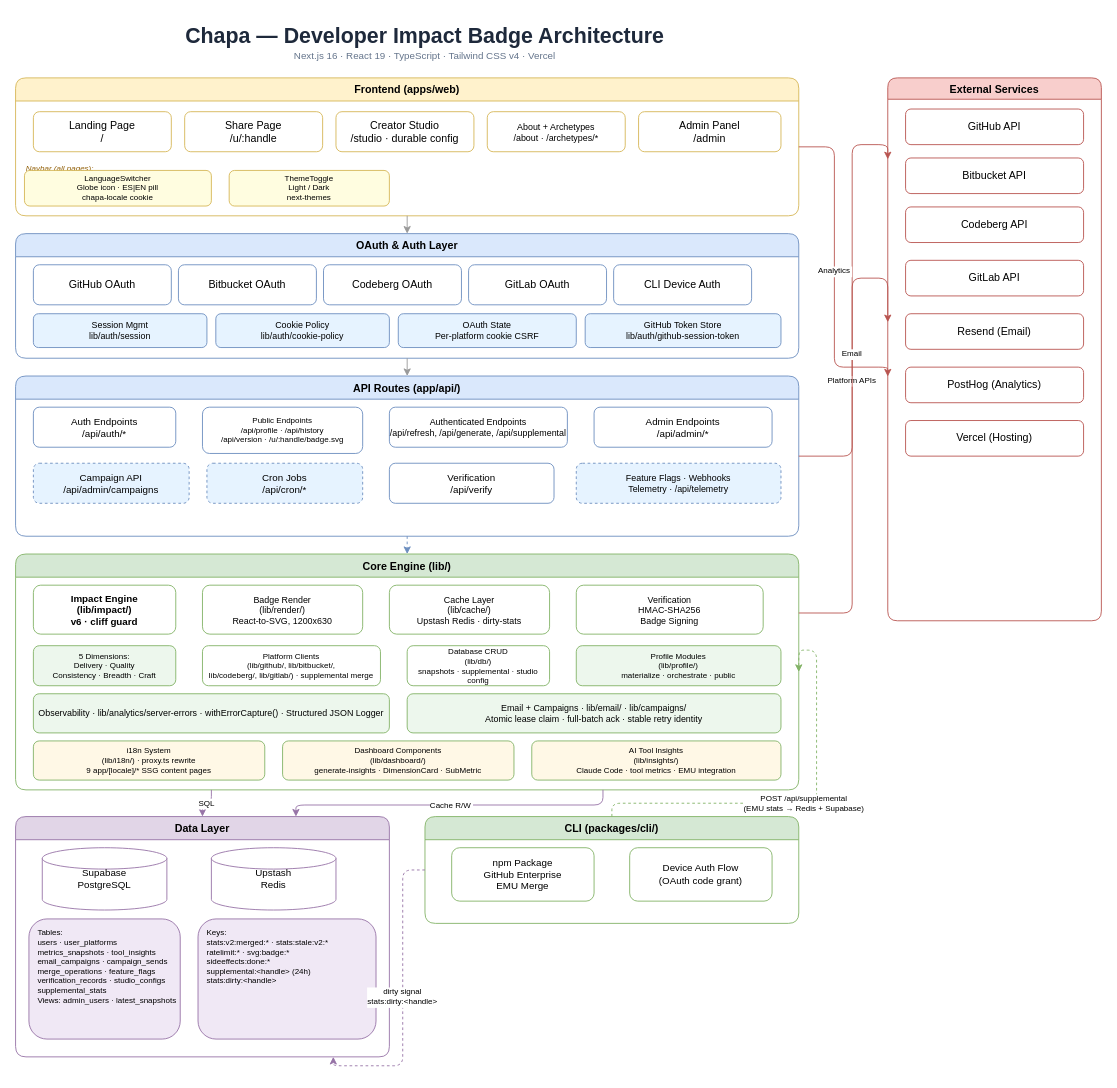
Before: docs/chapa-architecture.drawio in juan294/chapa, a draw.io diagram. Source tidied: cells renumbered, new cells numbered last; positions are measured from the earlier drawing's top-left corner, leaving out a move shared by most shapes. Both pictures are drawn from the tidied source at 89%, with x=0, y=0 at pixel (15, 15).
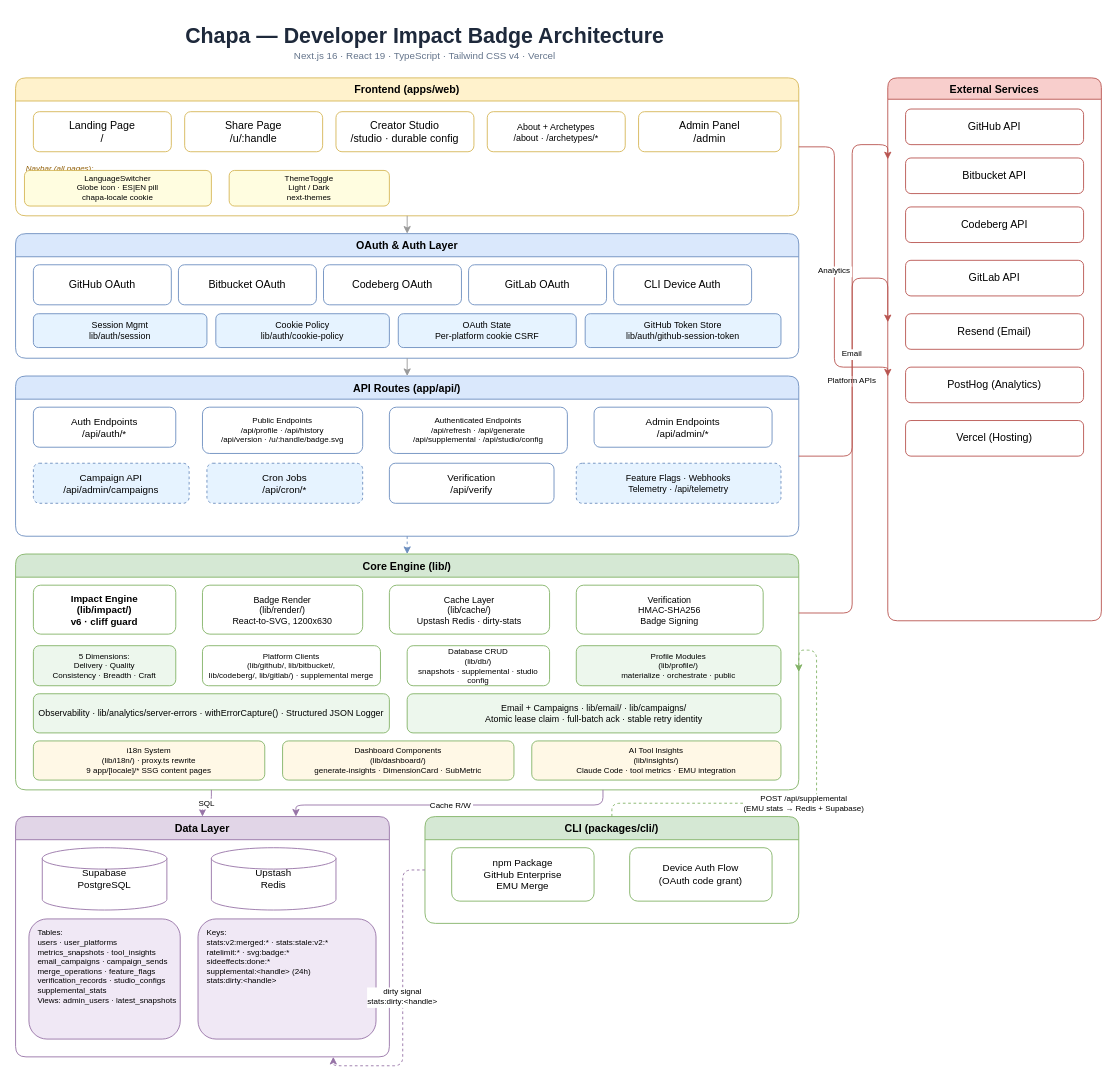
The same page after the edit.

Unchanged cells that the change refers to:
```xml
<mxCell id="23" value="API Routes (app/api/)" style="swimlane;startSize=26;fillColor=#dae8fc;strokeColor=#6c8ebf;fontStyle=1;fontSize=12;rounded=1;" parent="1" vertex="1">
  <mxGeometry y="405" width="880" height="180" as="geometry" />
</mxCell>
```

Diff of the diagram source:
```diff
@@
-    <mxCell id="26" value="Authenticated Endpoints&#10;/api/refresh, /api/generate, /api/supplemental" style="rounded=1;whiteSpace=wrap;fillColor=#fff;strokeColor=#6c8ebf;fontSize=10;" parent="23" vertex="1">
-      <mxGeometry x="420" y="35" width="200" height="45" as="geometry" />
+    <mxCell id="26" value="Authenticated Endpoints&#10;/api/refresh · /api/generate&#10;/api/supplemental · /api/studio/config" style="rounded=1;whiteSpace=wrap;fillColor=#fff;strokeColor=#6c8ebf;fontSize=9;" parent="23" vertex="1">
+      <mxGeometry x="420" y="35" width="200" height="52" as="geometry" />
     </mxCell>
```
